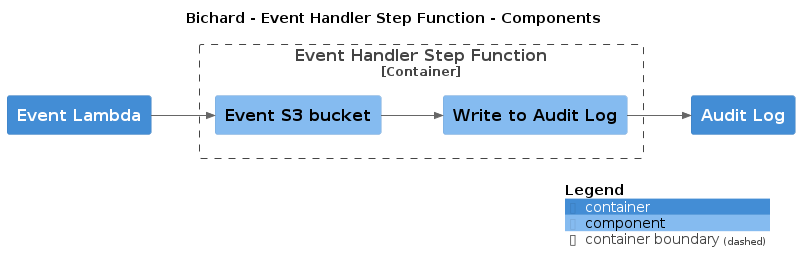
This is main/png/Component-005.png from ministryofjustice/bichard7-next-core, a PlantUML export, as it was before one commit. Its diagram source:
```plantuml
@startuml
set separator none
title Bichard - Event Handler Step Function - Components

left to right direction

!include <C4/C4>
!include <C4/C4_Context>
!include <C4/C4_Container>
!include <C4/C4_Component>

Container(Bichard.AuditLog, "Audit Log", "", $tags="")
Container(Bichard.EventLambda, "Event Lambda", "", $tags="")

Container_Boundary("Bichard.EventHandlerStepFunction_boundary", "Event Handler Step Function", $tags="") {
  Component(Bichard.EventHandlerStepFunction.EventS3bucket, "Event S3 bucket", "", $tags="")
  Component(Bichard.EventHandlerStepFunction.WritetoAuditLog, "Write to Audit Log", "", $tags="")
}

Rel_D(Bichard.EventLambda, Bichard.EventHandlerStepFunction.EventS3bucket, "", $tags="")
Rel_D(Bichard.EventHandlerStepFunction.EventS3bucket, Bichard.EventHandlerStepFunction.WritetoAuditLog, "", $tags="")
Rel_D(Bichard.EventHandlerStepFunction.WritetoAuditLog, Bichard.AuditLog, "", $tags="")

SHOW_LEGEND(true)
@enduml
```
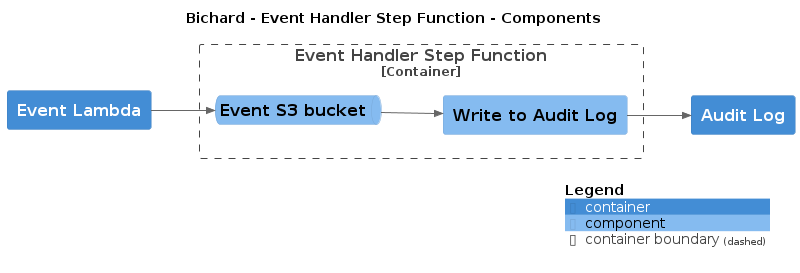
Above is the later version.

Diff of the diagram source:
```diff
@@ -9,17 +9,17 @@
 !include <C4/C4_Container>
 !include <C4/C4_Component>
 
-Container(Bichard.AuditLog, "Audit Log", "", $tags="")
-Container(Bichard.EventLambda, "Event Lambda", "", $tags="")
+Container(Bichard.AuditLog, "Audit Log", $techn="", $descr="", $tags="", $link="")
+Container(Bichard.EventLambda, "Event Lambda", $techn="", $descr="", $tags="", $link="")
 
 Container_Boundary("Bichard.EventHandlerStepFunction_boundary", "Event Handler Step Function", $tags="") {
-  Component(Bichard.EventHandlerStepFunction.EventS3bucket, "Event S3 bucket", "", $tags="")
-  Component(Bichard.EventHandlerStepFunction.WritetoAuditLog, "Write to Audit Log", "", $tags="")
+  ComponentQueue(Bichard.EventHandlerStepFunction.EventS3bucket, "Event S3 bucket", $techn="", $descr="", $tags="", $link="")
+  Component(Bichard.EventHandlerStepFunction.WritetoAuditLog, "Write to Audit Log", $techn="", $descr="", $tags="", $link="")
 }
 
-Rel_D(Bichard.EventLambda, Bichard.EventHandlerStepFunction.EventS3bucket, "", $tags="")
-Rel_D(Bichard.EventHandlerStepFunction.EventS3bucket, Bichard.EventHandlerStepFunction.WritetoAuditLog, "", $tags="")
-Rel_D(Bichard.EventHandlerStepFunction.WritetoAuditLog, Bichard.AuditLog, "", $tags="")
+Rel_D(Bichard.EventLambda, Bichard.EventHandlerStepFunction.EventS3bucket, "", $techn="", $tags="", $link="")
+Rel_D(Bichard.EventHandlerStepFunction.EventS3bucket, Bichard.EventHandlerStepFunction.WritetoAuditLog, "", $techn="", $tags="", $link="")
+Rel_D(Bichard.EventHandlerStepFunction.WritetoAuditLog, Bichard.AuditLog, "", $techn="", $tags="", $link="")
 
 SHOW_LEGEND(true)
 @enduml
```
